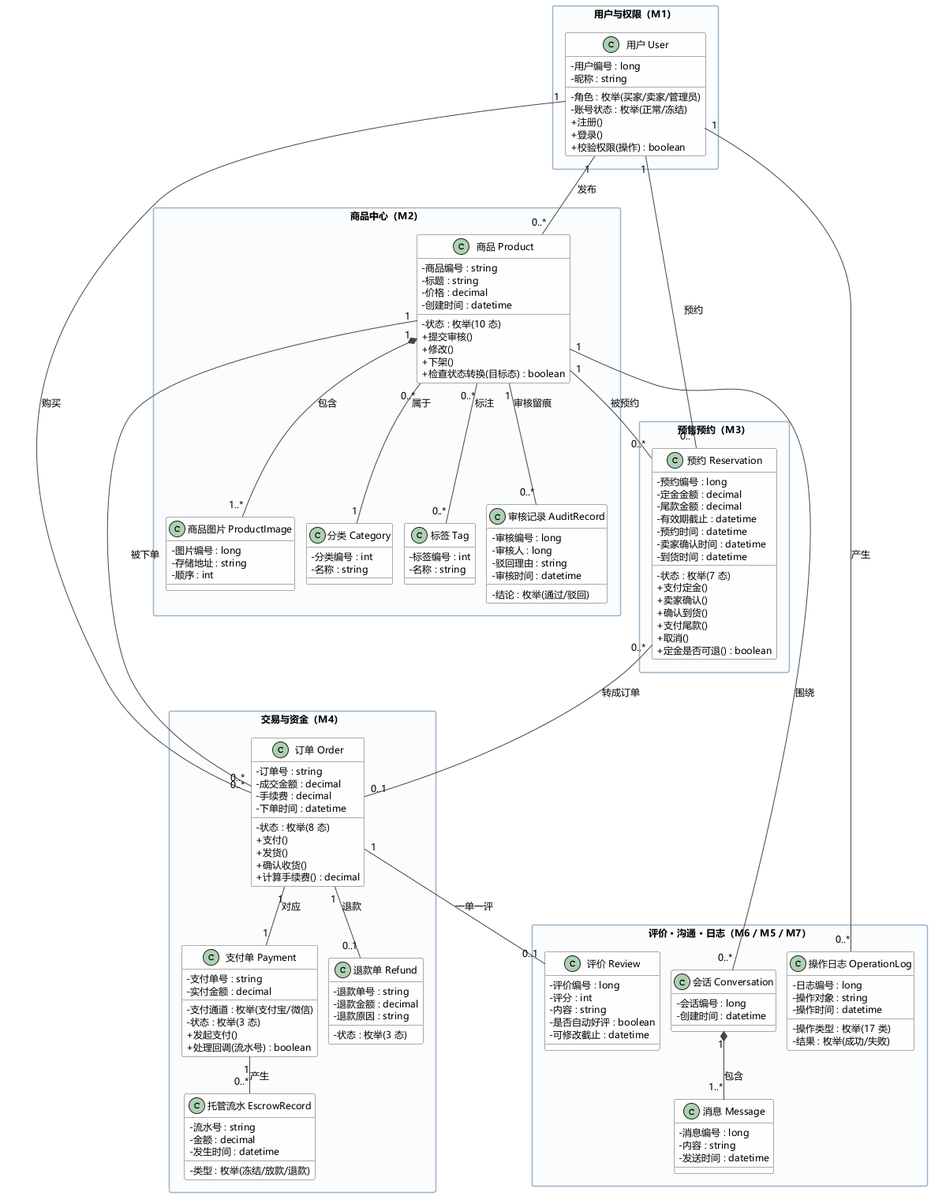
The PlantUML diagram lab02/UML/类图.png in XuHR233/SE-lab1-requirements, before a commit. The source it was exported from:
```plantuml
@startuml
skinparam defaultFontName "Microsoft YaHei"
skinparam defaultFontSize 12
skinparam classAttributeIconSize 0
skinparam shadowing false
skinparam nodesep 14
skinparam ranksep 30
skinparam packageStyle rectangle
skinparam class {
  BackgroundColor #FEFEFE
  BorderColor #555555
  ArrowColor #444444
}
skinparam packageBackgroundColor #FAFCFE
skinparam packageBorderColor #9BB2C8

package "用户与权限（M1）" as P1 {
  class "用户 User" as User {
    -用户编号 : long
    -昵称 : string
    -角色 : 枚举(买家/卖家/管理员)
    -账号状态 : 枚举(正常/冻结)
    +注册()
    +登录()
    +校验权限(操作) : boolean
  }
}

package "商品中心（M2）" as P2 {
  class "商品 Product" as Product {
    -商品编号 : string
    -标题 : string
    -价格 : decimal
    -状态 : 枚举(10 态)
    -创建时间 : datetime
    +提交审核()
    +修改()
    +下架()
    +检查状态转换(目标态) : boolean
  }
  class "商品图片 ProductImage" as ProductImage {
    -图片编号 : long
    -存储地址 : string
    -顺序 : int
  }
  class "分类 Category" as Category {
    -分类编号 : int
    -名称 : string
  }
  class "标签 Tag" as Tag {
    -标签编号 : int
    -名称 : string
  }
  class "审核记录 AuditRecord" as AuditRecord {
    -审核编号 : long
    -审核人 : long
    -结论 : 枚举(通过/驳回)
    -驳回理由 : string
    -审核时间 : datetime
  }
}

package "预售预约（M3）" as P3 {
  class "预约 Reservation" as Reservation {
    -预约编号 : long
    -定金金额 : decimal
    -尾款金额 : decimal
    -有效期截止 : datetime
    -状态 : 枚举(7 态)
    -预约时间 : datetime
    -卖家确认时间 : datetime
    -到货时间 : datetime
    +支付定金()
    +卖家确认()
    +确认到货()
    +支付尾款()
    +取消()
    +定金是否可退() : boolean
  }
}

package "交易与资金（M4）" as P4 {
  class "订单 Order" as Order {
    -订单号 : string
    -成交金额 : decimal
    -手续费 : decimal
    -状态 : 枚举(8 态)
    -下单时间 : datetime
    +支付()
    +发货()
    +确认收货()
    +计算手续费() : decimal
  }
  class "支付单 Payment" as Payment {
    -支付单号 : string
    -支付通道 : 枚举(支付宝/微信)
    -实付金额 : decimal
    -状态 : 枚举(3 态)
    +发起支付()
    +处理回调(流水号) : boolean
  }
  class "托管流水 EscrowRecord" as EscrowRecord {
    -流水号 : string
    -类型 : 枚举(冻结/放款/退款)
    -金额 : decimal
    -发生时间 : datetime
  }
  class "退款单 Refund" as Refund {
    -退款单号 : string
    -退款金额 : decimal
    -退款原因 : string
    -状态 : 枚举(3 态)
  }
}

package "评价 · 沟通 · 日志（M6 / M5 / M7）" as P5 {
  class "评价 Review" as Review {
    -评价编号 : long
    -评分 : int
    -内容 : string
    -是否自动好评 : boolean
    -可修改截止 : datetime
  }
  class "会话 Conversation" as Conversation {
    -会话编号 : long
    -创建时间 : datetime
  }
  class "消息 Message" as Message {
    -消息编号 : long
    -内容 : string
    -发送时间 : datetime
  }
  class "操作日志 OperationLog" as OperationLog {
    -日志编号 : long
    -操作类型 : 枚举(17 类)
    -操作对象 : string
    -结果 : 枚举(成功/失败)
    -操作时间 : datetime
  }
}

Product "1" *-- "1..*" ProductImage : 包含
Product "0..*" -- "1" Category : 属于
Product "0..*" -- "0..*" Tag : 标注
Product "1" -- "0..*" AuditRecord : 审核留痕
Order "1" -- "1" Payment : 对应
Payment "1" -- "0..*" EscrowRecord : 产生
Order "1" -- "0..1" Refund : 退款
Order "1" -- "0..1" Review : 一单一评
Conversation "1" *-- "1..*" Message : 包含

User "1" -- "0..*" Product : 发布
User "1" -- "0..*" Order : 购买
User "1" -- "0..*" Reservation : 预约
User "1" -- "0..*" OperationLog : 产生
Product "1" -- "0..*" Reservation : 被预约
Product "1" -- "0..*" Order : 被下单
Product "1" -- "0..*" Conversation : 围绕
Reservation "0..*" -- "0..1" Order : 转成订单

@enduml
```
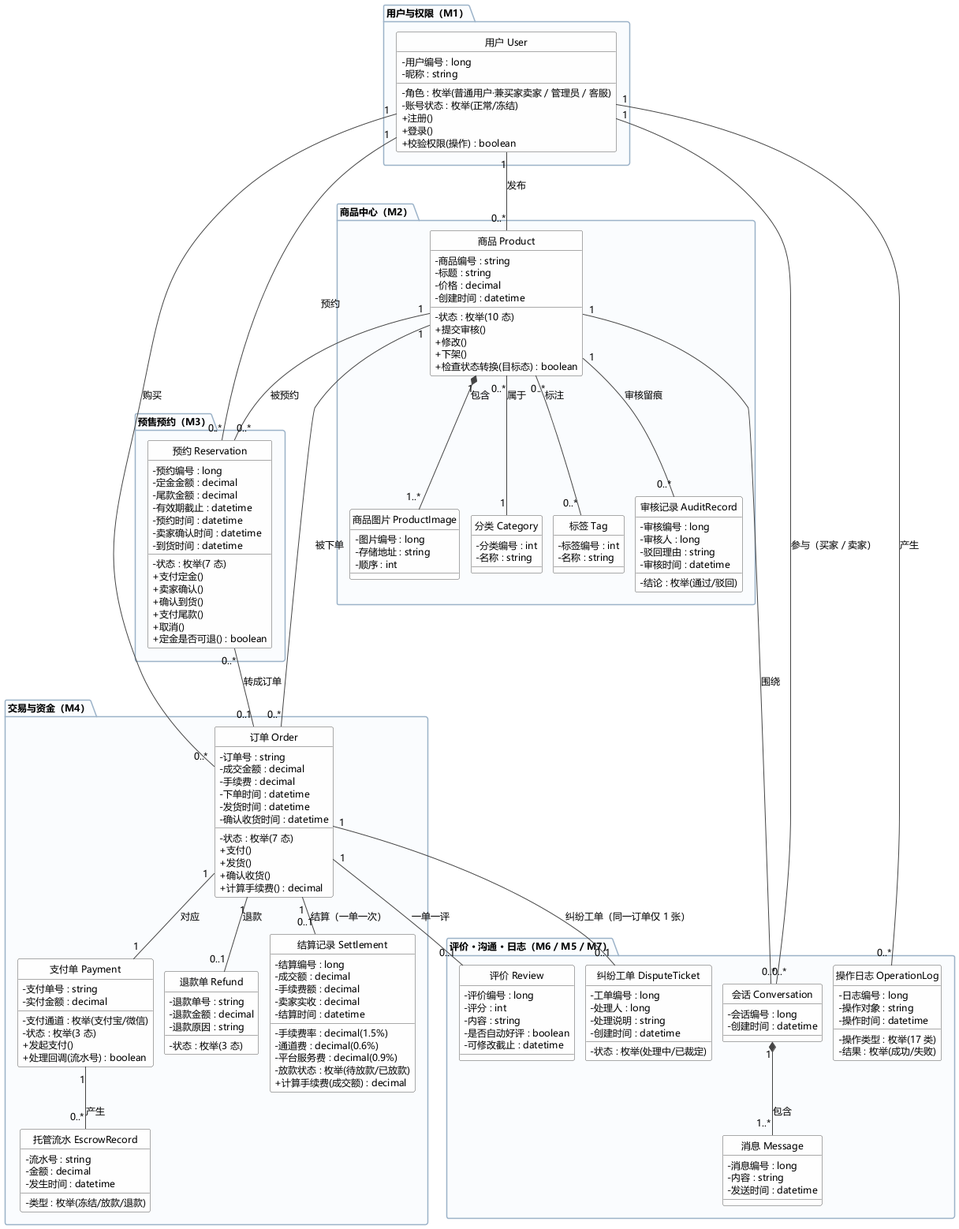
The same diagram one commit later.

What changed in the source:
```diff
@@ -5,7 +5,7 @@
 skinparam shadowing false
 skinparam nodesep 14
 skinparam ranksep 30
-skinparam packageStyle rectangle
+
 skinparam class {
   BackgroundColor #FEFEFE
   BorderColor #555555
@@ -13,12 +13,14 @@
 }
 skinparam packageBackgroundColor #FAFCFE
 skinparam packageBorderColor #9BB2C8
+hide circle
+hide stereotype
 
 package "用户与权限（M1）" as P1 {
   class "用户 User" as User {
     -用户编号 : long
     -昵称 : string
-    -角色 : 枚举(买家/卖家/管理员)
+    -角色 : 枚举(普通用户·兼买家卖家 / 管理员 / 客服)
     -账号状态 : 枚举(正常/冻结)
     +注册()
     +登录()
@@ -84,8 +86,10 @@
     -订单号 : string
     -成交金额 : decimal
     -手续费 : decimal
-    -状态 : 枚举(8 态)
+    -状态 : 枚举(7 态)
     -下单时间 : datetime
+    -发货时间 : datetime
+    -确认收货时间 : datetime
     +支付()
     +发货()
     +确认收货()
@@ -111,6 +115,18 @@
     -退款原因 : string
     -状态 : 枚举(3 态)
   }
+  class "结算记录 Settlement" as Settlement {
+    -结算编号 : long
+    -成交额 : decimal
+    -手续费率 : decimal(1.5%)
+    -手续费额 : decimal
+    -通道费 : decimal(0.6%)
+    -平台服务费 : decimal(0.9%)
+    -卖家实收 : decimal
+    -放款状态 : 枚举(待放款/已放款)
+    -结算时间 : datetime
+    +计算手续费(成交额) : decimal
+  }
 }
 
 package "评价 · 沟通 · 日志（M6 / M5 / M7）" as P5 {
@@ -120,6 +136,13 @@
     -内容 : string
     -是否自动好评 : boolean
     -可修改截止 : datetime
+  }
+  class "纠纷工单 DisputeTicket" as DisputeTicket {
+    -工单编号 : long
+    -处理人 : long
+    -处理说明 : string
+    -状态 : 枚举(处理中/已裁定)
+    -创建时间 : datetime
   }
   class "会话 Conversation" as Conversation {
     -会话编号 : long
@@ -146,13 +169,16 @@
 Order "1" -- "1" Payment : 对应
 Payment "1" -- "0..*" EscrowRecord : 产生
 Order "1" -- "0..1" Refund : 退款
+Order "1" -- "0..1" Settlement : 结算（一单一次）
 Order "1" -- "0..1" Review : 一单一评
+Order "1" -- "0..1" DisputeTicket : 纠纷工单（同一订单仅 1 张）
 Conversation "1" *-- "1..*" Message : 包含
 
 User "1" -- "0..*" Product : 发布
 User "1" -- "0..*" Order : 购买
 User "1" -- "0..*" Reservation : 预约
 User "1" -- "0..*" OperationLog : 产生
+User "1" -- "0..*" Conversation : 参与（买家 / 卖家）
 Product "1" -- "0..*" Reservation : 被预约
 Product "1" -- "0..*" Order : 被下单
 Product "1" -- "0..*" Conversation : 围绕
```
